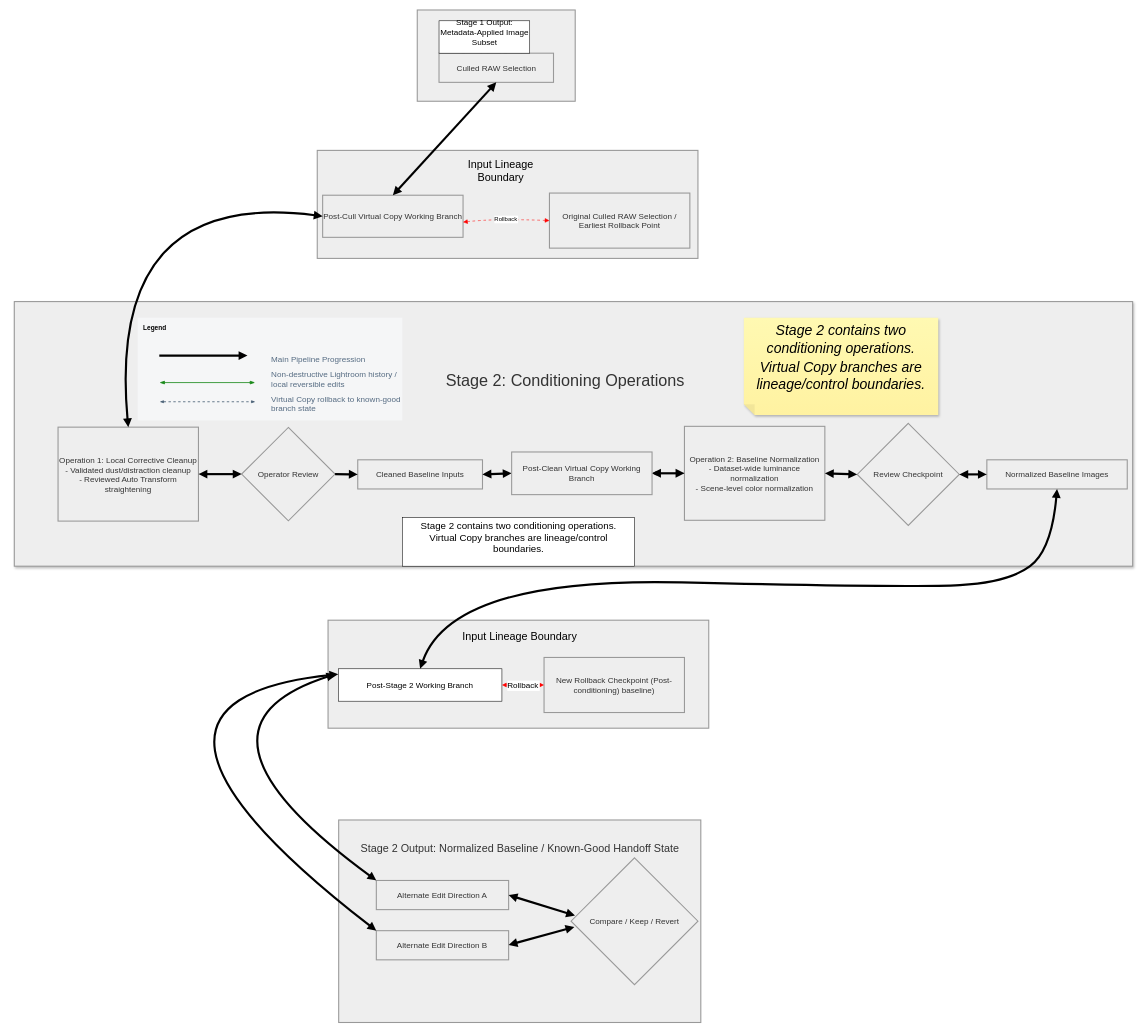
Oak-22/creative-workflow-batch-transformation-pipeline keeps this draw.io diagram as docs/stage-2-pipeline-diagram (3).drawio. Above is the earlier version. Source tidied: cells renumbered, new cells numbered last; positions are measured from the earlier drawing's top-left corner, leaving out a move shared by most shapes. Both pictures are drawn from the tidied source at 54%, with x=0, y=0 at pixel (14, 10).
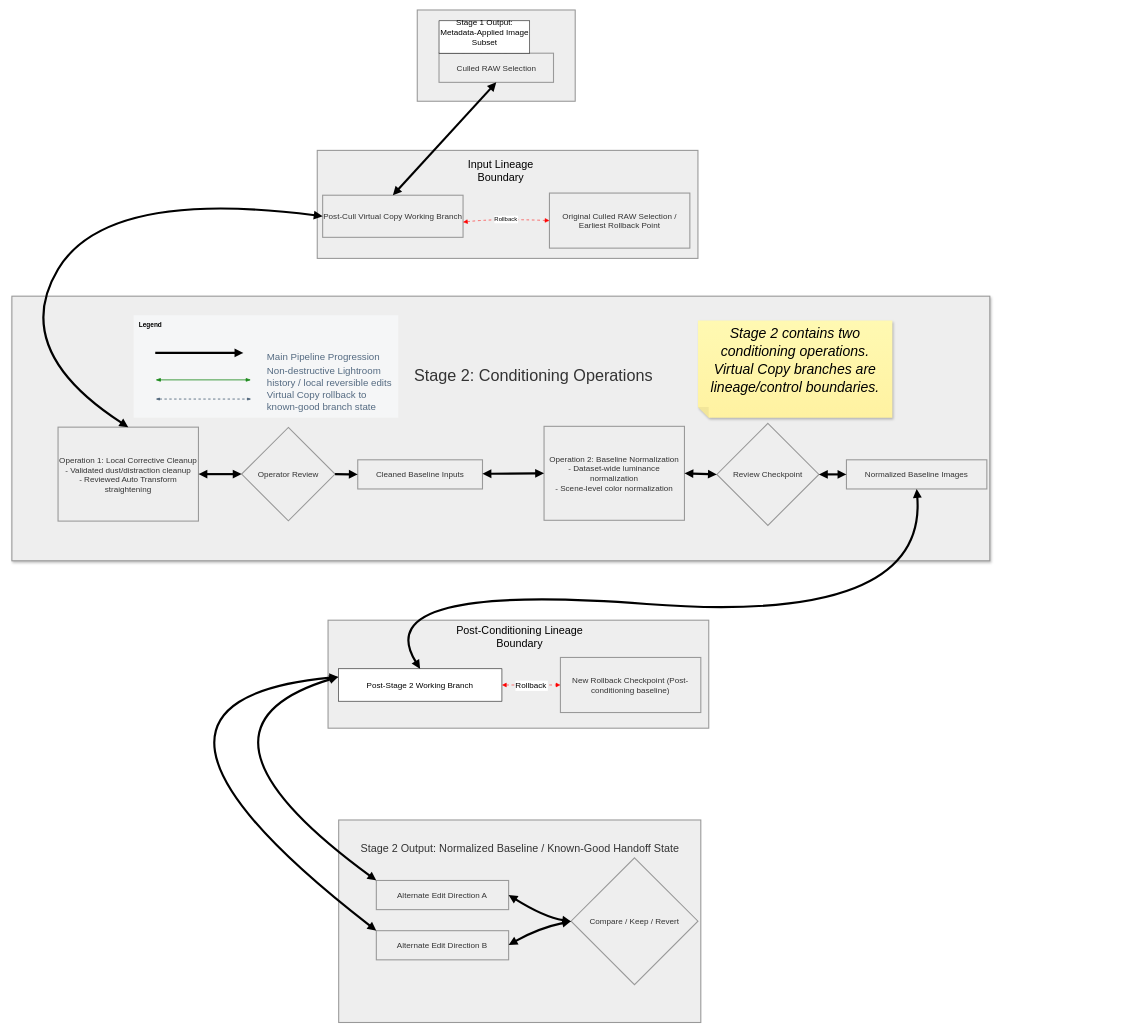
Above is the later version.

Commit message (it also covers changes not shown here):
Updates to Stage 2 pipeline diagram

Unchanged cells that the change refers to:
```xml
<mxCell id="7" value="Post-Cull Virtual Copy Working Branch" style="whiteSpace=wrap;strokeWidth=2;fillColor=light-dark(#eeeeee,#1f2020);strokeColor=light-dark(#999999,#cccccc);fontColor=light-dark(#333333,#cccccc);fontSize=15;" parent="1" vertex="1">
  <mxGeometry x="571" y="343" width="260" height="78" as="geometry" />
</mxCell>
<mxCell id="9" value="Operation 1: Local Corrective Cleanup&#10;- Validated dust/distraction cleanup&#10;- Reviewed Auto Transform straightening" style="whiteSpace=wrap;strokeWidth=2;fillColor=light-dark(#eeeeee,#1f2020);strokeColor=light-dark(#999999,#cccccc);fontColor=light-dark(#333333,#cccccc);fontSize=15;" parent="1" vertex="1">
  <mxGeometry x="81" y="772.5" width="260" height="174" as="geometry" />
</mxCell>
<mxCell id="11" value="Cleaned Baseline Inputs" style="whiteSpace=wrap;strokeWidth=2;fillColor=light-dark(#eeeeee,#1f2020);strokeColor=light-dark(#999999,#cccccc);fontColor=light-dark(#333333,#cccccc);fontSize=15;" parent="1" vertex="1">
  <mxGeometry x="636" y="833" width="231" height="54" as="geometry" />
</mxCell>
<mxCell id="16" value="Alternate Edit Direction A" style="whiteSpace=wrap;strokeWidth=2;fillColor=light-dark(#eeeeee,#1f2020);strokeColor=light-dark(#999999,#cccccc);fontColor=light-dark(#333333,#cccccc);fontSize=15;" parent="1" vertex="1">
  <mxGeometry x="670.4" y="1612" width="245" height="54" as="geometry" />
</mxCell>
<mxCell id="17" value="Alternate Edit Direction B" style="whiteSpace=wrap;strokeWidth=2;fillColor=light-dark(#eeeeee,#1f2020);strokeColor=light-dark(#999999,#cccccc);fontColor=light-dark(#333333,#cccccc);fontSize=15;" parent="1" vertex="1">
  <mxGeometry x="670.4" y="1705" width="245" height="54" as="geometry" />
</mxCell>
<mxCell id="18" value="Compare / Keep / Revert" style="rhombus;strokeWidth=2;whiteSpace=wrap;fillColor=light-dark(#eeeeee,#1f2020);strokeColor=light-dark(#999999,#cccccc);fontColor=light-dark(#333333,#cccccc);fontSize=15;" parent="1" vertex="1">
  <mxGeometry x="1031" y="1570" width="235" height="235" as="geometry" />
</mxCell>
<mxCell id="33" value="Post-Stage 2 Working Branch" style="rounded=0;whiteSpace=wrap;html=1;fontSize=15;" parent="1" vertex="1">
  <mxGeometry x="600" y="1220" width="303" height="60" as="geometry" />
</mxCell>
```

The edit, as a diff of the source:
```diff
@@
-    <mxCell id="6" value="Stage 2: Conditioning Operations" style="whiteSpace=wrap;strokeWidth=2;fillColor=light-dark(#eeeeee,#1f2020);strokeColor=light-dark(#999999,#cccccc);fontColor=light-dark(#333333,#cccccc);spacingTop=-200;shadow=1;verticalAlign=middle;spacingBottom=-1;fontSize=30;spacingLeft=-30;" parent="1" vertex="1">
-      <mxGeometry y="540" width="2071" height="490" as="geometry" />
+    <mxCell id="6" value="Stage 2: Conditioning Operations" style="whiteSpace=wrap;strokeWidth=2;fillColor=light-dark(#eeeeee,#1f2020);strokeColor=light-dark(#999999,#cccccc);fontColor=light-dark(#333333,#cccccc);spacingTop=-200;shadow=1;verticalAlign=middle;spacingBottom=-2;fontSize=30;spacingLeft=80;spacingRight=-40;" parent="1" vertex="1">
+      <mxGeometry x="-4.5" y="530" width="1811" height="490" as="geometry" />
     </mxCell>
@@
-    <mxCell id="12" style="edgeStyle=orthogonalEdgeStyle;rounded=0;jettySize=auto;html=1;" parent="1" edge="1" source="13" target="37">
-      <mxGeometry relative="1" as="geometry" />
-    </mxCell>
     <mxCell id="13" value="Operation 2: Baseline Normalization&#10;- Dataset-wide luminance normalization&#10;- Scene-level color normalization" style="whiteSpace=wrap;strokeWidth=2;fillColor=light-dark(#eeeeee,#1f2020);strokeColor=light-dark(#999999,#cccccc);fontColor=light-dark(#333333,#cccccc);fontSize=15;" parent="1" vertex="1">
-      <mxGeometry x="1241" y="771" width="260" height="174" as="geometry" />
+      <mxGeometry x="981" y="771" width="260" height="174" as="geometry" />
     </mxCell>
     <mxCell id="14" value="Review Checkpoint" style="rhombus;strokeWidth=2;whiteSpace=wrap;fillColor=light-dark(#eeeeee,#1f2020);strokeColor=light-dark(#999999,#cccccc);fontColor=light-dark(#333333,#cccccc);fontSize=15;" parent="1" vertex="1">
-      <mxGeometry x="1561" y="765.5" width="189" height="189" as="geometry" />
+      <mxGeometry x="1301" y="765.5" width="189" height="189" as="geometry" />
     </mxCell>
     <mxCell id="15" value="Normalized Baseline Images" style="whiteSpace=wrap;strokeWidth=2;fillColor=light-dark(#eeeeee,#1f2020);strokeColor=light-dark(#999999,#cccccc);fontColor=light-dark(#333333,#cccccc);fontSize=15;" parent="1" vertex="1">
-      <mxGeometry x="1801" y="833" width="260" height="54" as="geometry" />
+      <mxGeometry x="1541" y="833" width="260" height="54" as="geometry" />
     </mxCell>
@@
     <mxCell id="21" style="curved=1;startArrow=block;endArrow=block;strokeWidth=3;strokeWidth=4;fillColor=none;exitX=0;exitY=0.5;entryX=0.5;entryY=0;entryDx=0;entryDy=0;exitDx=0;exitDy=0;startFill=1;" parent="1" edge="1" source="7" target="9">
       <mxGeometry relative="1" as="geometry">
         <Array as="points">
           <mxPoint x="171" y="330" />
+          <mxPoint x="-9" y="630" />
         </Array>
       </mxGeometry>
     </mxCell>
@@
-    <mxCell id="24" style="curved=1;startArrow=block;endArrow=block;strokeWidth=3;strokeWidth=4;fillColor=none;exitX=1;exitY=0.5;entryX=0;entryY=0.5;startFill=1;" parent="1" edge="1" source="37" target="13">
+    <mxCell id="24" style="curved=1;startArrow=block;endArrow=block;strokeWidth=3;strokeWidth=4;fillColor=none;entryX=0;entryY=0.5;startFill=1;" parent="1" edge="1" source="11" target="13">
       <mxGeometry relative="1" as="geometry" />
     </mxCell>
@@
-    <mxCell id="27" style="curved=1;startArrow=block;endArrow=block;strokeWidth=4;fillColor=none;exitX=1;exitY=0.5;entryX=0.031;entryY=0.455;startFill=1;entryDx=0;entryDy=0;entryPerimeter=0;" parent="1" edge="1" source="16" target="18">
-      <mxGeometry relative="1" as="geometry" />
+    <mxCell id="27" style="curved=1;startArrow=block;endArrow=block;strokeWidth=4;fillColor=none;exitX=1;exitY=0.5;startFill=1;" parent="1" edge="1" source="16">
+      <mxGeometry relative="1" as="geometry">
+        <mxPoint x="1031" y="1688" as="targetPoint" />
+        <Array as="points">
+          <mxPoint x="981" y="1680" />
+        </Array>
+      </mxGeometry>
     </mxCell>
@@
-    <mxCell id="29" style="curved=1;startArrow=block;endArrow=block;strokeWidth=3;strokeWidth=4;fillColor=none;entryX=0;entryY=0;entryDx=0;entryDy=0;startFill=1;" parent="1" edge="1" target="16">
+    <mxCell id="29" style="curved=1;startArrow=block;endArrow=block;strokeWidth=3;strokeWidth=4;fillColor=none;entryX=0;entryY=0;entryDx=0;entryDy=0;startFill=1;exitX=0;exitY=0.25;exitDx=0;exitDy=0;" parent="1" edge="1" source="33" target="16">
       <mxGeometry relative="1" as="geometry">
-        <mxPoint x="594.6" y="1230" as="sourcePoint" />
         <Array as="points">
           <mxPoint x="284.6" y="1330" />
         </Array>
       </mxGeometry>
     </mxCell>
-    <mxCell id="30" style="curved=1;startArrow=block;endArrow=block;strokeWidth=3;strokeWidth=4;fillColor=none;exitX=0;exitY=0;entryX=0;entryY=0;entryDx=0;entryDy=0;exitDx=0;exitDy=0;startFill=1;" parent="1" edge="1" target="17">
+    <mxCell id="30" style="curved=1;startArrow=block;endArrow=block;strokeWidth=3;strokeWidth=4;fillColor=none;entryX=0;entryY=0;entryDx=0;entryDy=0;startFill=1;exitX=0;exitY=0.25;exitDx=0;exitDy=0;" parent="1" edge="1" source="33" target="17">
       <mxGeometry relative="1" as="geometry">
-        <mxPoint x="600" y="1230" as="sourcePoint" />
         <Array as="points">
           <mxPoint x="121" y="1280" />
         </Array>
       </mxGeometry>
     </mxCell>
@@
-    <mxCell id="34" value="&lt;font style=&quot;font-size: 20px;&quot;&gt;Input Lineage Boundary&lt;/font&gt;" style="text;html=1;whiteSpace=wrap;strokeColor=none;fillColor=none;align=center;verticalAlign=middle;rounded=0;" parent="1" vertex="1">
+    <mxCell id="34" value="&lt;font style=&quot;font-size: 20px;&quot;&gt;Post-Conditioning Lineage Boundary&lt;/font&gt;" style="text;html=1;whiteSpace=wrap;strokeColor=none;fillColor=none;align=center;verticalAlign=middle;rounded=0;" parent="1" vertex="1">
       <mxGeometry x="811" y="1140" width="250" height="40" as="geometry" />
     </mxCell>
-    <mxCell id="35" style="curved=1;startArrow=block;endArrow=block;strokeWidth=3;strokeWidth=4;fillColor=none;exitX=1;exitY=0.5;entryX=0;entryY=0.5;startFill=1;" parent="1" edge="1" source="11" target="37">
-      <mxGeometry relative="1" as="geometry" />
-    </mxCell>
     <mxCell id="36" style="curved=1;startArrow=block;endArrow=block;strokeWidth=3;strokeWidth=4;fillColor=none;exitX=0.5;exitY=1;entryX=0.5;entryY=0;entryDx=0;entryDy=0;exitDx=0;exitDy=0;startFill=1;" parent="1" edge="1" source="15" target="33">
       <mxGeometry relative="1" as="geometry">
         <Array as="points">
-          <mxPoint x="1921" y="1000" />
-          <mxPoint x="1841" y="1060" />
-          <mxPoint x="1661" y="1070" />
-          <mxPoint x="811" y="1050" />
+          <mxPoint x="1691" y="1140" />
+          <mxPoint x="651" y="1060" />
         </Array>
       </mxGeometry>
     </mxCell>
-    <mxCell id="37" value="Post-Clean Virtual Copy Working Branch" style="whiteSpace=wrap;strokeWidth=2;fillColor=light-dark(#eeeeee,#1f2020);strokeColor=light-dark(#999999,#cccccc);fontColor=light-dark(#333333,#cccccc);fontSize=15;" parent="1" vertex="1">
-      <mxGeometry x="921" y="818.5" width="260" height="79" as="geometry" />
-    </mxCell>
-    <mxCell id="38" value="New Rollback Checkpoint (Post-conditioning) baseline)" style="whiteSpace=wrap;strokeWidth=2;fillColor=light-dark(#eeeeee,#1f2020);strokeColor=light-dark(#999999,#cccccc);fontColor=light-dark(#333333,#cccccc);fontSize=15;" parent="1" vertex="1">
-      <mxGeometry x="981" y="1199" width="260" height="102" as="geometry" />
+    <mxCell id="38" value="New Rollback Checkpoint (Post-conditioning baseline)" style="whiteSpace=wrap;strokeWidth=2;fillColor=light-dark(#eeeeee,#1f2020);strokeColor=light-dark(#999999,#cccccc);fontColor=light-dark(#333333,#cccccc);fontSize=15;" parent="1" vertex="1">
+      <mxGeometry x="1011.3" y="1199" width="260" height="102" as="geometry" />
     </mxCell>
@@
-    <mxCell id="40" value="&lt;div&gt;&lt;font style=&quot;font-size: 18px;&quot;&gt;Stage 2 contains two conditioning operations.&lt;/font&gt;&lt;/div&gt;&lt;div&gt;&lt;font style=&quot;font-size: 18px;&quot;&gt;Virtual Copy branches are lineage/control boundaries.&lt;/font&gt;&lt;/div&gt;&lt;div&gt;&lt;br&gt;&lt;/div&gt;" style="rounded=0;whiteSpace=wrap;html=1;" parent="1" vertex="1">
-      <mxGeometry x="718.5" y="940" width="430" height="90" as="geometry" />
-    </mxCell>
     <mxCell id="41" value="&lt;div&gt;&lt;font style=&quot;font-size: 26px;&quot;&gt;&lt;i style=&quot;&quot;&gt;Stage 2 contains two conditioning operations.&lt;/i&gt;&lt;/font&gt;&lt;/div&gt;&lt;div&gt;&lt;font style=&quot;font-size: 26px;&quot;&gt;&lt;i&gt;Virtual Copy branches are lineage/control boundaries.&lt;/i&gt;&lt;/font&gt;&lt;/div&gt;&lt;div&gt;&lt;br style=&quot;color: rgb(255, 255, 255); font-size: 12px;&quot;&gt;&lt;/div&gt;" style="shape=note;whiteSpace=wrap;html=1;backgroundOutline=1;autosizeText=1;fontColor=#000000;darkOpacity=0.05;fillColor=#FFF9B2;strokeColor=none;fillStyle=solid;fontSize=28;direction=west;gradientDirection=north;gradientColor=#FFF2A1;shadow=1;size=20;" parent="1" vertex="1">
-      <mxGeometry x="1351" y="570" width="360" height="180" as="geometry" />
+      <mxGeometry x="1266" y="575" width="360" height="180" as="geometry" />
     </mxCell>
     <mxCell id="42" value="Legend" style="rounded=0;whiteSpace=wrap;html=1;strokeColor=none;strokeWidth=1.5;arcSize=16;fillColor=#F5F6F7;perimeterSpacing=0;imageHeight=24;absoluteArcSize=1;align=left;verticalAlign=top;fontSize=12;fontStyle=1;spacingTop=5;spacingLeft=8;" parent="1" vertex="1">
-      <mxGeometry x="228.5" y="570" width="490" height="190" as="geometry" />
+      <mxGeometry x="221" y="565" width="490" height="190" as="geometry" />
     </mxCell>
-    <mxCell id="43" value="Main Pipeline Progression" style="fillColor=none;strokeColor=none;align=left;fontSize=15;fontColor=#556B82;whiteSpace=wrap;" parent="42" vertex="1">
+    <mxCell id="43" value="Main Pipeline Progression" style="fillColor=none;strokeColor=none;align=left;fontSize=18;fontColor=#556B82;whiteSpace=wrap;" parent="42" vertex="1">
       <mxGeometry x="245" y="50" width="245" height="53.6" as="geometry" />
     </mxCell>
@@
-    <mxCell id="45" value="Non-destructive Lightroom history / local reversible edits" style="fillColor=none;strokeColor=none;align=left;fontSize=15;fontColor=#556B82;whiteSpace=wrap;" parent="42" vertex="1">
+    <mxCell id="45" value="Non-destructive Lightroom history / local reversible edits" style="fillColor=none;strokeColor=none;align=left;fontSize=18;fontColor=#556B82;whiteSpace=wrap;" parent="42" vertex="1">
       <mxGeometry x="245" y="90" width="245" height="48.2" as="geometry" />
     </mxCell>
@@
-    <mxCell id="47" value="Virtual Copy rollback to known-good branch state" style="fillColor=none;strokeColor=none;align=left;fontSize=15;fontColor=#556B82;whiteSpace=wrap;" parent="42" vertex="1">
+    <mxCell id="47" value="Virtual Copy rollback to known-good branch state" style="fillColor=none;strokeColor=none;align=left;fontSize=18;fontColor=#556B82;whiteSpace=wrap;" parent="42" vertex="1">
       <mxGeometry x="245" y="138.2" width="245" height="41.8" as="geometry" />
     </mxCell>
@@
-    <mxCell id="49" style="curved=1;startArrow=block;endArrow=block;strokeWidth=4;fillColor=none;exitX=1;exitY=0.5;entryX=0.026;entryY=0.545;startFill=1;entryDx=0;entryDy=0;entryPerimeter=0;" parent="1" edge="1" target="18">
+    <mxCell id="49" style="curved=1;startArrow=block;endArrow=block;strokeWidth=4;fillColor=none;exitX=1;exitY=0.5;entryX=0;entryY=0.5;startFill=1;entryDx=0;entryDy=0;" parent="1" edge="1" target="18">
       <mxGeometry relative="1" as="geometry">
         <mxPoint x="915.4" y="1731.4" as="sourcePoint" />
+        <Array as="points">
+          <mxPoint x="971" y="1700" />
+        </Array>
       </mxGeometry>
     </mxCell>
```
